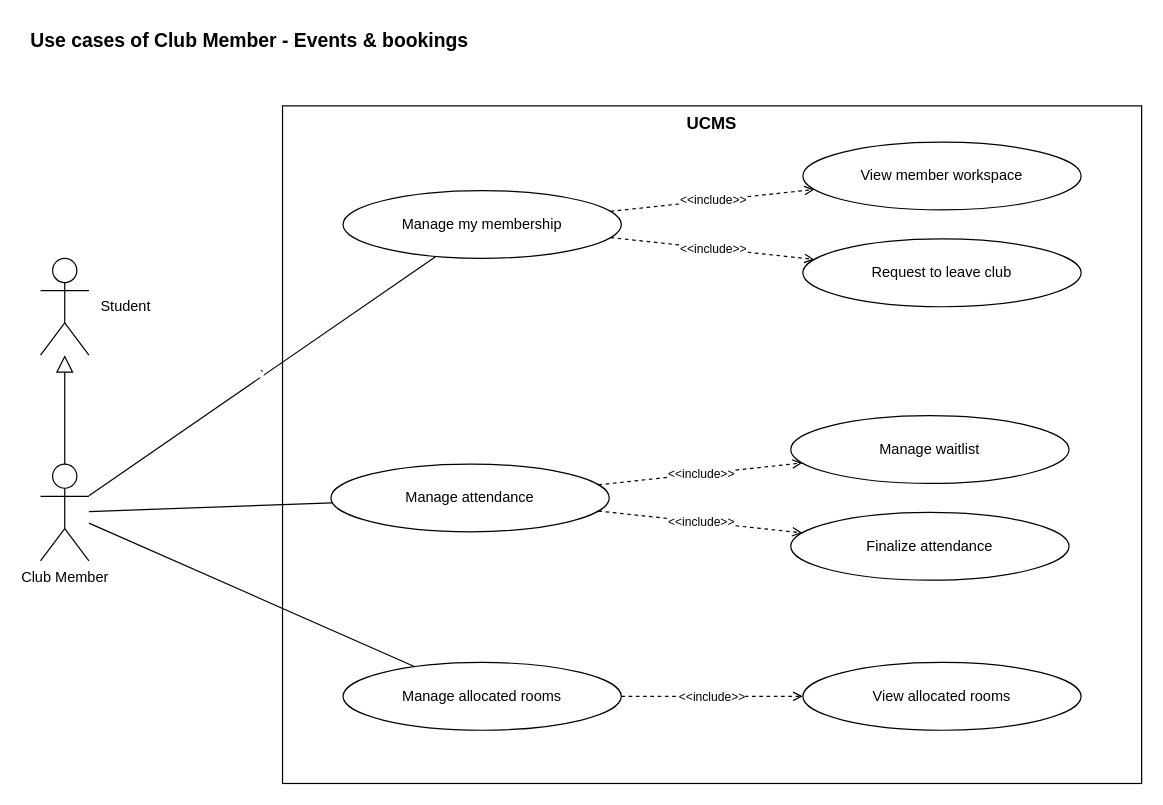
nvdekay/ClubManagementSystem keeps this draw.io diagram as page "Club Member - Events & bookings" (3 of 9) of docs/03-diagrams/UCMS_UseCase_ByActor.drawio. Above is the earlier version. Source tidied: cells renumbered, new cells numbered last; positions are measured from the earlier drawing's top-left corner, leaving out a move shared by most shapes. Both pictures are drawn from the tidied source at 121%, with x=0, y=0 at pixel (28, 21).
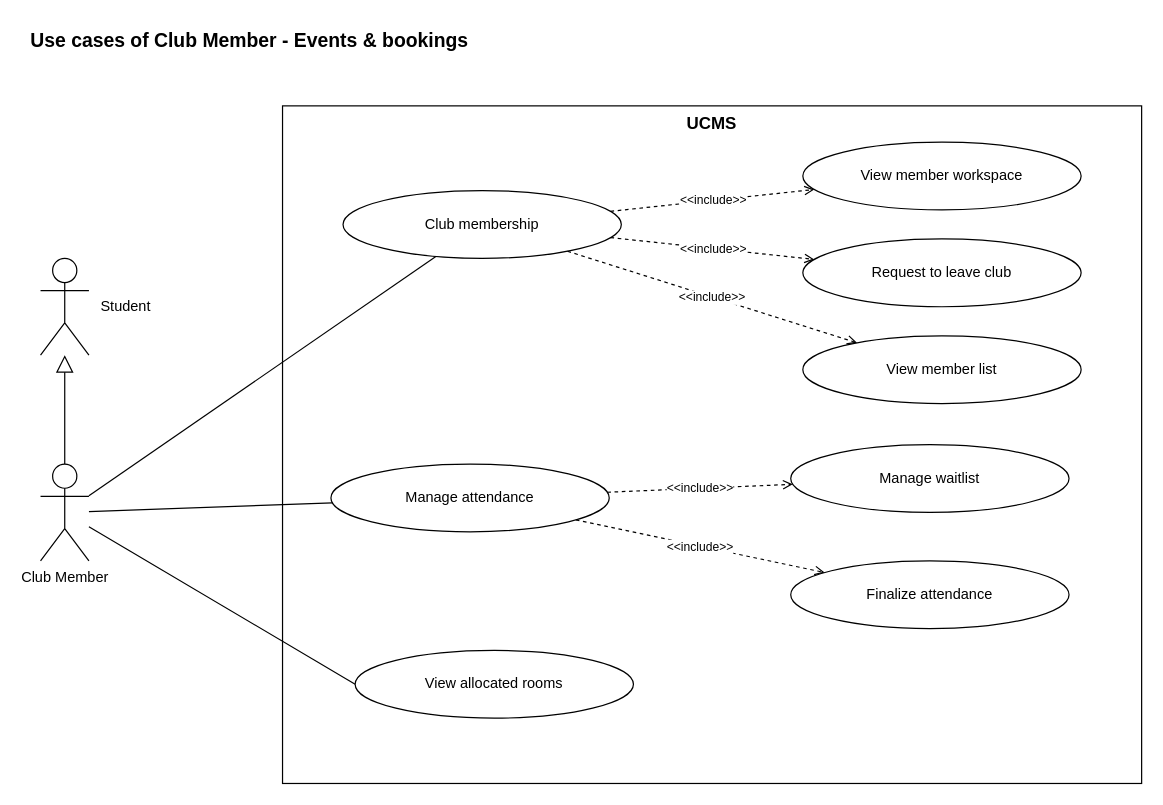
Above is the later version.

Unchanged cells that the change refers to:
```xml
<mxCell id="4" value="Club Member" style="shape=umlActor;verticalLabelPosition=bottom;verticalAlign=top;html=1;outlineConnect=0;fillColor=#ffffff;strokeColor=#000000;" parent="1" vertex="1">
  <mxGeometry x="10" y="366" width="40" height="80" as="geometry" />
</mxCell>
```

What changed in the source:
```diff
@@
     <mxCell id="9" value="Manage waitlist" style="ellipse;whiteSpace=wrap;html=1;fillColor=#ffffff;strokeColor=#000000;fontSize=12;" parent="1" vertex="1">
-      <mxGeometry x="630" y="326" width="230" height="56" as="geometry" />
+      <mxGeometry x="630" y="350" width="230" height="56" as="geometry" />
     </mxCell>
@@
     <mxCell id="11" value="Finalize attendance" style="ellipse;whiteSpace=wrap;html=1;fillColor=#ffffff;strokeColor=#000000;fontSize=12;" parent="1" vertex="1">
-      <mxGeometry x="630" y="406" width="230" height="56" as="geometry" />
+      <mxGeometry x="630" y="446" width="230" height="56" as="geometry" />
     </mxCell>
@@
-    <mxCell id="13" value="Manage allocated rooms" style="ellipse;whiteSpace=wrap;html=1;fillColor=#ffffff;strokeColor=#000000;fontSize=12;" parent="1" vertex="1">
-      <mxGeometry x="260" y="530" width="230" height="56" as="geometry" />
-    </mxCell>
-    <mxCell id="14" style="endArrow=none;html=1;strokeColor=#000000;" parent="1" edge="1" source="4" target="13">
+    <mxCell id="14" style="endArrow=none;html=1;strokeColor=#000000;entryX=0;entryY=0.5;entryDx=0;entryDy=0;" parent="1" edge="1" source="4" target="15">
       <mxGeometry relative="1" as="geometry" />
     </mxCell>
     <mxCell id="15" value="View allocated rooms" style="ellipse;whiteSpace=wrap;html=1;fillColor=#ffffff;strokeColor=#000000;fontSize=12;" parent="1" vertex="1">
-      <mxGeometry x="640" y="530" width="230" height="56" as="geometry" />
+      <mxGeometry x="270" y="520" width="230" height="56" as="geometry" />
     </mxCell>
-    <mxCell id="16" value="&amp;lt;&amp;lt;include&amp;gt;&amp;gt;" style="endArrow=open;dashed=1;html=1;strokeColor=#000000;fontSize=10;labelBackgroundColor=#ffffff;" parent="1" edge="1" source="13" target="15">
-      <mxGeometry relative="1" as="geometry" />
-    </mxCell>
-    <mxCell id="17" value="`" style="edgeStyle=none;html=1;endArrow=none;endFill=0;" parent="1" edge="1" source="4" target="18">
+    <mxCell id="17" style="edgeStyle=none;html=1;endArrow=none;endFill=0;" parent="1" edge="1" source="4" target="18">
       <mxGeometry relative="1" as="geometry" />
     </mxCell>
-    <mxCell id="18" value="Manage my membership" style="ellipse;whiteSpace=wrap;html=1;fillColor=#ffffff;strokeColor=#000000;fontSize=12;" parent="1" vertex="1">
+    <mxCell id="18" value="Club membership" style="ellipse;whiteSpace=wrap;html=1;fillColor=#ffffff;strokeColor=#000000;fontSize=12;" parent="1" vertex="1">
       <mxGeometry x="260" y="140" width="230" height="56" as="geometry" />
     </mxCell>
@@
+    <mxCell id="23" value="View member list" style="ellipse;whiteSpace=wrap;html=1;fillColor=#ffffff;strokeColor=#000000;fontSize=12;" parent="1" vertex="1">
+      <mxGeometry x="640" y="260" width="230" height="56" as="geometry" />
+    </mxCell>
+    <mxCell id="16" value="&amp;lt;&amp;lt;include&amp;gt;&amp;gt;" style="endArrow=open;dashed=1;html=1;strokeColor=#000000;fontSize=10;labelBackgroundColor=#ffffff;" parent="1" edge="1" source="18" target="23">
+      <mxGeometry relative="1" as="geometry" />
+    </mxCell>
```
